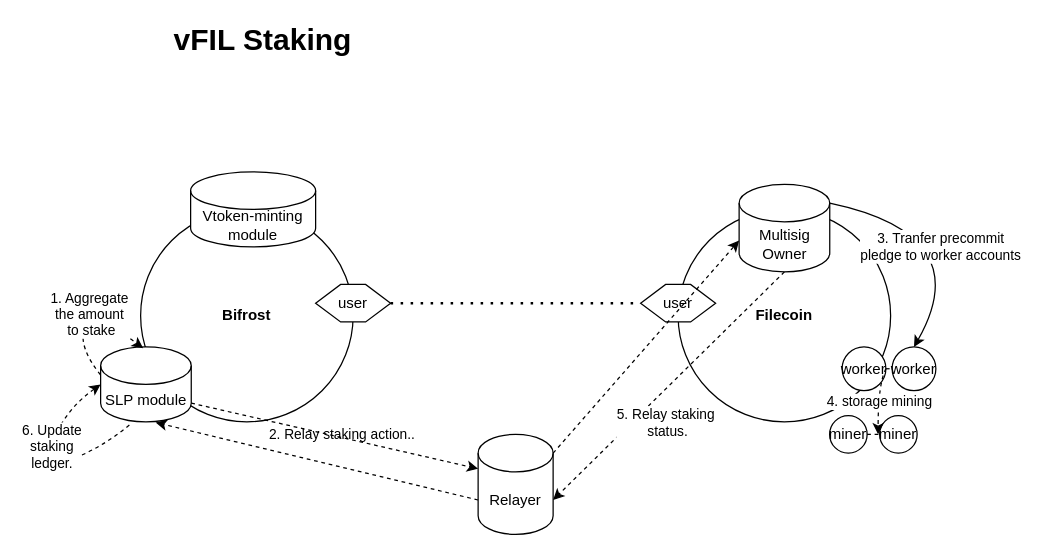
The draw.io diagram vfil-staking-multisig.drawio in herryho/flowchars, before the edit. Source tidied: cells renumbered, new cells numbered last; positions are measured from the earlier drawing's top-left corner, leaving out a move shared by most shapes. Both pictures are drawn from the tidied source at 125%, with x=0, y=0 at pixel (40, 21).
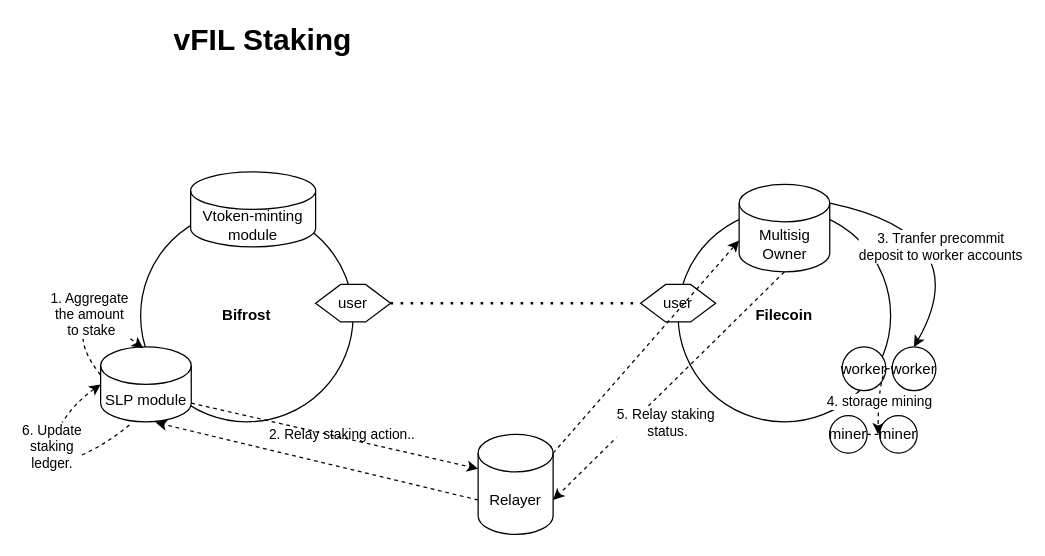
The same page after the edit.

Unchanged cells that the change refers to:
```xml
<mxCell id="21" style="curved=1;endArrow=classic;html=1;rounded=0;exitX=1;exitY=0;exitDx=0;exitDy=15;exitPerimeter=0;entryX=0.5;entryY=0;entryDx=0;entryDy=0;" parent="1" edge="1" source="7" target="18">
  <mxGeometry relative="1" as="geometry">
    <Array as="points">
      <mxPoint x="750" y="170" />
    </Array>
  </mxGeometry>
</mxCell>
```

The edit, as a diff of the source:
```diff
@@
-    <mxCell id="22" value="3. Tranfer precommit&lt;br&gt;pledge to worker accounts" style="edgeLabel;html=1;align=center;verticalAlign=middle;" parent="21" vertex="1">
+    <mxCell id="22" value="3. Tranfer precommit&lt;br&gt;deposit to worker accounts" style="edgeLabel;html=1;align=center;verticalAlign=middle;" parent="21" vertex="1">
       <mxGeometry x="-0.31" y="-18" relative="1" as="geometry">
         <mxPoint x="16" y="1" as="offset" />
       </mxGeometry>
     </mxCell>
```
